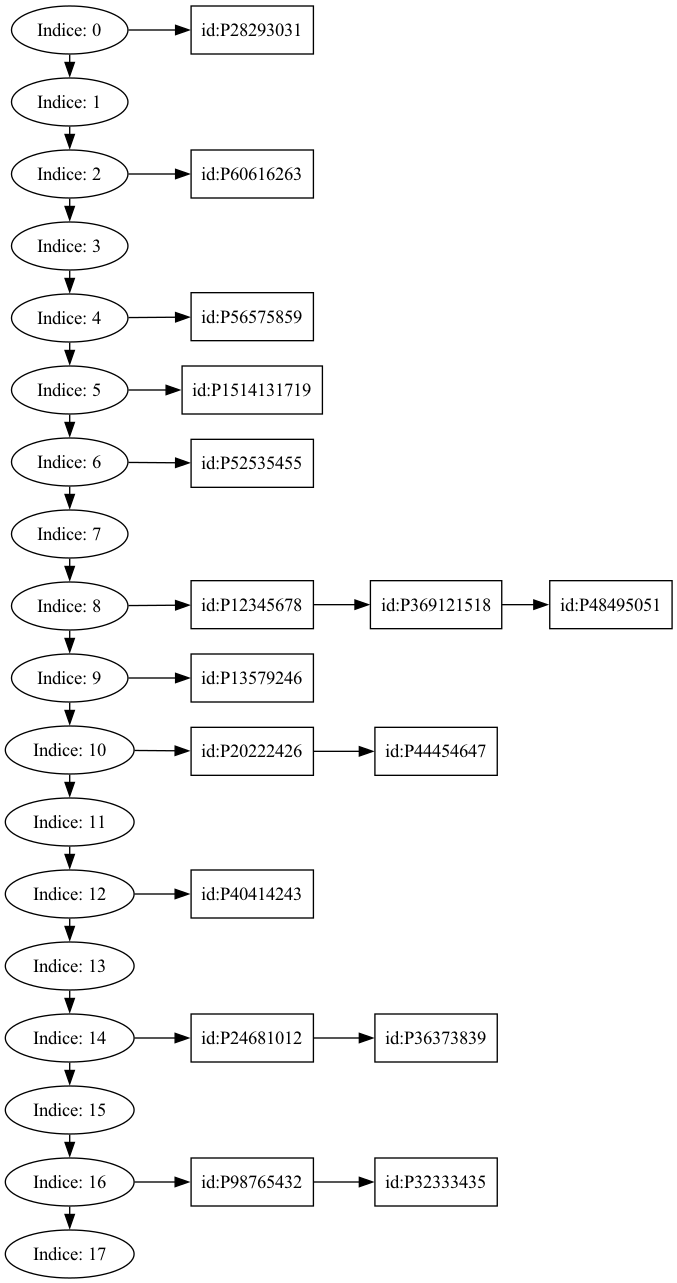
This is TablaHash.png from Edwinhndz/201807124_EDD_Proyecto, a Graphviz export, as it was before one commit. Its source is kept beside it as TablaHash.dot.
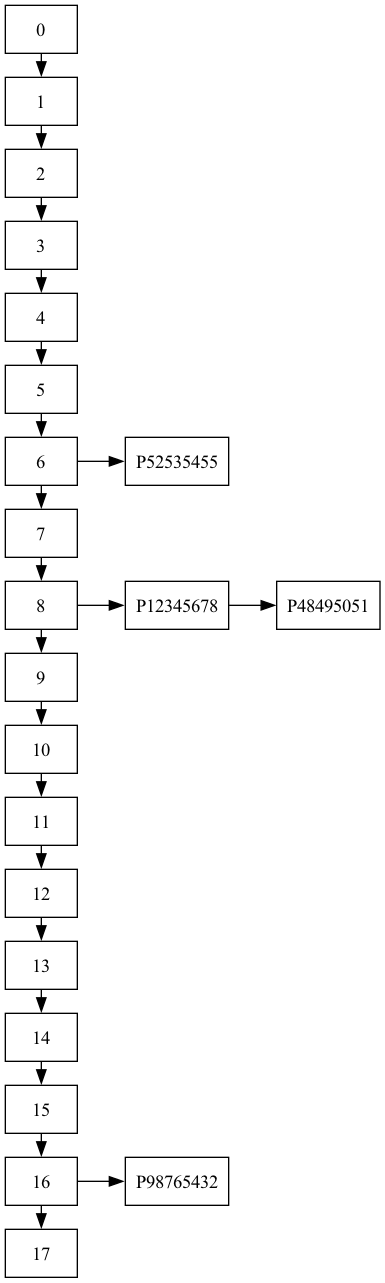
After the commit.

Diff of the diagram source:
```diff
@@ -1,25 +1,26 @@
 digraph G {
 rankdir=LR;
-{rank =same; node0 node1 node2 node3 node4 node5 node6 node7 node8 node9 node10 node11 node12 node13 node14 node15 node16 node17}node [shape=record];
-node0[label="Indice: 0"];
-node1[label="Indice: 1"];
-node2[label="Indice: 2"];
-node3[label="Indice: 3"];
-node4[label="Indice: 4"];
-node5[label="Indice: 5"];
-node6[label="Indice: 6"];
-node7[label="Indice: 7"];
-node8[label="Indice: 8"];
-node9[label="Indice: 9"];
-node10[label="Indice: 10"];
-node11[label="Indice: 11"];
-node12[label="Indice: 12"];
-node13[label="Indice: 13"];
-node14[label="Indice: 14"];
-node15[label="Indice: 15"];
-node16[label="Indice: 16"];
-node17[label="Indice: 17"];
-node0 -> node1;
+
+ node [shape=box];
+node0[label="0" shape=box];
+node1[label="1" shape=box];
+node2[label="2" shape=box];
+node3[label="3" shape=box];
+node4[label="4" shape=box];
+node5[label="5" shape=box];
+node6[label="6" shape=box];
+node7[label="7" shape=box];
+node8[label="8" shape=box];
+node9[label="9" shape=box];
+node10[label="10" shape=box];
+node11[label="11" shape=box];
+node12[label="12" shape=box];
+node13[label="13" shape=box];
+node14[label="14" shape=box];
+node15[label="15" shape=box];
+node16[label="16" shape=box];
+node17[label="17" shape=box];
+{rank =same; node0 node1 node2 node3 node4 node5 node6 node7 node8 node9 node10 node11 node12 node13 node14 node15 node16 node17}node0 -> node1;
 node1 -> node2;
 node2 -> node3;
 node3 -> node4;
@@ -37,31 +38,11 @@
 node15 -> node16;
 node16 -> node17;
 
-P28293031 [label=" id:P28293031"];
-P60616263 [label=" id:P60616263"];
-P56575859 [label=" id:P56575859"];
-P1514131719 [label=" id:P1514131719"];
-P52535455 [label=" id:P52535455"];
-P12345678 [label=" id:P12345678"];
-P369121518 [label=" id:P369121518"];
-P48495051 [label=" id:P48495051"];
-P13579246 [label=" id:P13579246"];
-P20222426 [label=" id:P20222426"];
-P44454647 [label=" id:P44454647"];
-P40414243 [label=" id:P40414243"];
-P24681012 [label=" id:P24681012"];
-P36373839 [label=" id:P36373839"];
-P98765432 [label=" id:P98765432"];
-P32333435 [label=" id:P32333435"];
-node0 -> P28293031;
-node2 -> P60616263;
-node4 -> P56575859;
-node5 -> P1514131719;
+P52535455 [label="P52535455" , shape=box];
+P12345678 [label="P12345678" , shape=box];
+P48495051 [label="P48495051" , shape=box];
+P98765432 [label="P98765432" , shape=box];
 node6 -> P52535455;
-node8 -> P12345678 -> P369121518 -> P48495051;
-node9 -> P13579246;
-node10 -> P20222426 -> P44454647;
-node12 -> P40414243;
-node14 -> P24681012 -> P36373839;
-node16 -> P98765432 -> P32333435;
+node8 -> P12345678 -> P48495051;
+node16 -> P98765432;
 }
```
